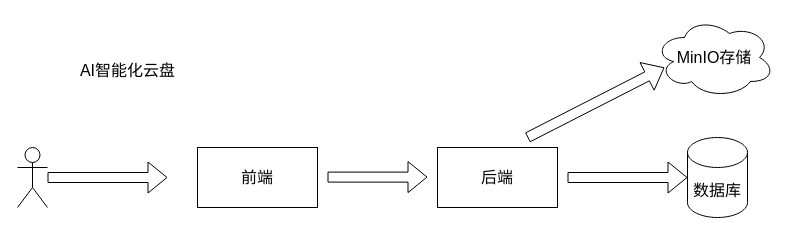
This is 大文件前后端.drawio from ChengziMao/diagrams, a draw.io file, before an edit. Source tidied: cells renumbered, new cells numbered last; positions are measured from the earlier drawing's top-left corner, leaving out a move shared by most shapes. Both pictures are drawn from the tidied source at 100%, with x=0, y=0 at pixel (17, 17).
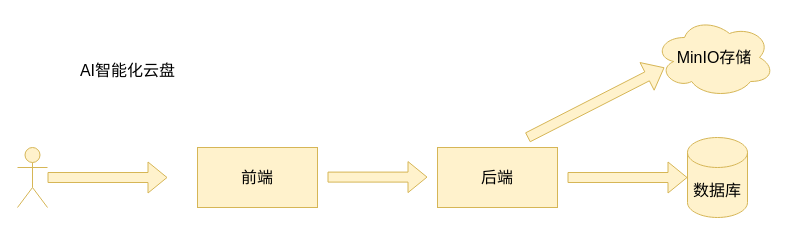
The same page after the edit.

Commit message (it also covers changes not shown here):
更新大文件前后端.drawio

The edit, as a diff of the source:
```diff
@@
 <mxGraphModel>
   <root>
     <mxCell id="0" />
     <mxCell id="1" parent="0" />
-    <mxCell id="2" style="shape=umlActor;verticalLabelPosition=bottom;verticalAlign=top;html=1;outlineConnect=0;fontSize=16;" parent="1" vertex="1">
+    <mxCell id="2" style="shape=umlActor;verticalLabelPosition=bottom;verticalAlign=top;html=1;outlineConnect=0;fontSize=16;fillColor=#fff2cc;strokeColor=#d6b656;" parent="1" vertex="1">
       <mxGeometry y="130" width="30" height="60" as="geometry" />
     </mxCell>
-    <mxCell id="3" value="&lt;font style=&quot;vertical-align: inherit;&quot; class=&quot;notranslate fyzs-translate-target fyzs-translate-target-wrapper&quot;&gt;&lt;font style=&quot;vertical-align: inherit;&quot; class=&quot;notranslate fyzs-translate-target fyzs-translate-target-box&quot;&gt;&lt;font style=&quot;vertical-align: inherit;&quot; title=&quot;q&quot; class=&quot;notranslate fyzs-translate-target fyzs-translate-target-text&quot;&gt;前端&lt;/font&gt;&lt;/font&gt;&lt;/font&gt;" style="rounded=0;whiteSpace=wrap;html=1;fontSize=16;" parent="1" vertex="1">
+    <mxCell id="3" value="&lt;font style=&quot;vertical-align: inherit;&quot; class=&quot;notranslate fyzs-translate-target fyzs-translate-target-wrapper&quot;&gt;&lt;font style=&quot;vertical-align: inherit;&quot; class=&quot;notranslate fyzs-translate-target fyzs-translate-target-box&quot;&gt;&lt;font style=&quot;vertical-align: inherit;&quot; title=&quot;q&quot; class=&quot;notranslate fyzs-translate-target fyzs-translate-target-text&quot;&gt;前端&lt;/font&gt;&lt;/font&gt;&lt;/font&gt;" style="rounded=0;whiteSpace=wrap;html=1;fontSize=16;fillColor=#fff2cc;strokeColor=#d6b656;" parent="1" vertex="1">
       <mxGeometry x="180" y="130" width="120" height="60" as="geometry" />
     </mxCell>
-    <mxCell id="4" value="&lt;font style=&quot;vertical-align: inherit;&quot; class=&quot;notranslate fyzs-translate-target fyzs-translate-target-wrapper&quot;&gt;&lt;font style=&quot;vertical-align: inherit;&quot; class=&quot;notranslate fyzs-translate-target fyzs-translate-target-box&quot;&gt;&lt;font style=&quot;vertical-align: inherit;&quot; title=&quot;q&quot; class=&quot;notranslate fyzs-translate-target fyzs-translate-target-text&quot;&gt;后端&lt;/font&gt;&lt;/font&gt;&lt;/font&gt;" style="rounded=0;whiteSpace=wrap;html=1;fontSize=16;" parent="1" vertex="1">
+    <mxCell id="4" value="&lt;font style=&quot;vertical-align: inherit;&quot; class=&quot;notranslate fyzs-translate-target fyzs-translate-target-wrapper&quot;&gt;&lt;font style=&quot;vertical-align: inherit;&quot; class=&quot;notranslate fyzs-translate-target fyzs-translate-target-box&quot;&gt;&lt;font style=&quot;vertical-align: inherit;&quot; title=&quot;q&quot; class=&quot;notranslate fyzs-translate-target fyzs-translate-target-text&quot;&gt;后端&lt;/font&gt;&lt;/font&gt;&lt;/font&gt;" style="rounded=0;whiteSpace=wrap;html=1;fontSize=16;fillColor=#fff2cc;strokeColor=#d6b656;" parent="1" vertex="1">
       <mxGeometry x="420" y="130" width="120" height="60" as="geometry" />
     </mxCell>
-    <mxCell id="5" value="&lt;font style=&quot;vertical-align: inherit;&quot; class=&quot;notranslate fyzs-translate-target fyzs-translate-target-wrapper&quot;&gt;&lt;font style=&quot;vertical-align: inherit;&quot; class=&quot;notranslate fyzs-translate-target fyzs-translate-target-box&quot;&gt;&lt;font style=&quot;vertical-align: inherit;&quot; title=&quot;M&quot; class=&quot;notranslate fyzs-translate-target fyzs-translate-target-text&quot;&gt;MinIO存储&lt;/font&gt;&lt;/font&gt;&lt;/font&gt;" style="ellipse;shape=cloud;whiteSpace=wrap;html=1;fontSize=16;" parent="1" vertex="1">
+    <mxCell id="5" value="&lt;font style=&quot;vertical-align: inherit;&quot; class=&quot;notranslate fyzs-translate-target fyzs-translate-target-wrapper&quot;&gt;&lt;font style=&quot;vertical-align: inherit;&quot; class=&quot;notranslate fyzs-translate-target fyzs-translate-target-box&quot;&gt;&lt;font style=&quot;vertical-align: inherit;&quot; title=&quot;M&quot; class=&quot;notranslate fyzs-translate-target fyzs-translate-target-text&quot;&gt;MinIO存储&lt;/font&gt;&lt;/font&gt;&lt;/font&gt;" style="ellipse;shape=cloud;whiteSpace=wrap;html=1;fontSize=16;fillColor=#fff2cc;strokeColor=#d6b656;" parent="1" vertex="1">
       <mxGeometry x="637" width="120" height="80" as="geometry" />
     </mxCell>
-    <mxCell id="6" value="&lt;font style=&quot;vertical-align: inherit;&quot; class=&quot;notranslate fyzs-translate-target fyzs-translate-target-wrapper&quot;&gt;&lt;font style=&quot;vertical-align: inherit;&quot; class=&quot;notranslate fyzs-translate-target fyzs-translate-target-box&quot;&gt;&lt;font style=&quot;vertical-align: inherit;&quot; title=&quot;s&quot; class=&quot;notranslate fyzs-translate-target fyzs-translate-target-text&quot;&gt;数据库&lt;/font&gt;&lt;/font&gt;&lt;/font&gt;" style="shape=cylinder3;whiteSpace=wrap;html=1;boundedLbl=1;backgroundOutline=1;size=15;fontSize=16;" parent="1" vertex="1">
+    <mxCell id="6" value="&lt;font style=&quot;vertical-align: inherit;&quot; class=&quot;notranslate fyzs-translate-target fyzs-translate-target-wrapper&quot;&gt;&lt;font style=&quot;vertical-align: inherit;&quot; class=&quot;notranslate fyzs-translate-target fyzs-translate-target-box&quot;&gt;&lt;font style=&quot;vertical-align: inherit;&quot; title=&quot;s&quot; class=&quot;notranslate fyzs-translate-target fyzs-translate-target-text&quot;&gt;数据库&lt;/font&gt;&lt;/font&gt;&lt;/font&gt;" style="shape=cylinder3;whiteSpace=wrap;html=1;boundedLbl=1;backgroundOutline=1;size=15;fontSize=16;fillColor=#fff2cc;strokeColor=#d6b656;" parent="1" vertex="1">
       <mxGeometry x="670" y="120" width="60" height="80" as="geometry" />
     </mxCell>
-    <mxCell id="7" style="shape=flexArrow;endArrow=classic;html=1;rounded=0;entryX=0.083;entryY=0.625;entryDx=0;entryDy=0;entryPerimeter=0;fontSize=16;" parent="1" edge="1" target="5">
+    <mxCell id="7" style="shape=flexArrow;endArrow=classic;html=1;rounded=0;entryX=0.083;entryY=0.625;entryDx=0;entryDy=0;entryPerimeter=0;fontSize=16;fillColor=#fff2cc;strokeColor=#d6b656;" parent="1" edge="1" target="5">
       <mxGeometry relative="1" as="geometry">
         <mxPoint x="510" y="120" as="sourcePoint" />
       </mxGeometry>
     </mxCell>
-    <mxCell id="8" style="shape=flexArrow;endArrow=classic;html=1;rounded=0;entryX=0;entryY=0.5;entryDx=0;entryDy=0;entryPerimeter=0;fontSize=16;" parent="1" edge="1" target="6">
+    <mxCell id="8" style="shape=flexArrow;endArrow=classic;html=1;rounded=0;entryX=0;entryY=0.5;entryDx=0;entryDy=0;entryPerimeter=0;fontSize=16;fillColor=#fff2cc;strokeColor=#d6b656;" parent="1" edge="1" target="6">
       <mxGeometry relative="1" as="geometry">
         <mxPoint x="550" y="160" as="sourcePoint" />
       </mxGeometry>
     </mxCell>
-    <mxCell id="9" style="shape=flexArrow;endArrow=classic;html=1;rounded=0;fontSize=16;" parent="1" edge="1" source="2">
+    <mxCell id="9" style="shape=flexArrow;endArrow=classic;html=1;rounded=0;fontSize=16;fillColor=#fff2cc;strokeColor=#d6b656;" parent="1" edge="1" source="2">
       <mxGeometry relative="1" as="geometry">
         <mxPoint x="150" y="160" as="targetPoint" />
       </mxGeometry>
     </mxCell>
-    <mxCell id="10" style="shape=flexArrow;endArrow=classic;html=1;rounded=0;fontSize=16;" parent="1" edge="1">
+    <mxCell id="10" style="shape=flexArrow;endArrow=classic;html=1;rounded=0;fontSize=16;fillColor=#fff2cc;strokeColor=#d6b656;" parent="1" edge="1">
       <mxGeometry relative="1" as="geometry">
         <mxPoint x="310" y="159.6" as="sourcePoint" />
         <mxPoint x="410" y="159.6" as="targetPoint" />
       </mxGeometry>
     </mxCell>
     <mxCell id="11" value="&lt;font style=&quot;vertical-align: inherit;&quot; class=&quot;notranslate fyzs-translate-target fyzs-translate-target-wrapper&quot;&gt;&lt;font style=&quot;vertical-align: inherit;&quot; class=&quot;notranslate fyzs-translate-target fyzs-translate-target-box&quot;&gt;&lt;font style=&quot;vertical-align: inherit;&quot; title=&quot;Text&quot; class=&quot;notranslate fyzs-translate-target fyzs-translate-target-text&quot;&gt;AI智能化云盘&lt;/font&gt;&lt;/font&gt;&lt;/font&gt;" style="text;html=1;align=center;verticalAlign=middle;strokeColor=none;fillColor=none;fontSize=16;" parent="1" vertex="1">
       <mxGeometry x="50" y="38" width="120" height="30" as="geometry" />
     </mxCell>
   </root>
 </mxGraphModel>
```
